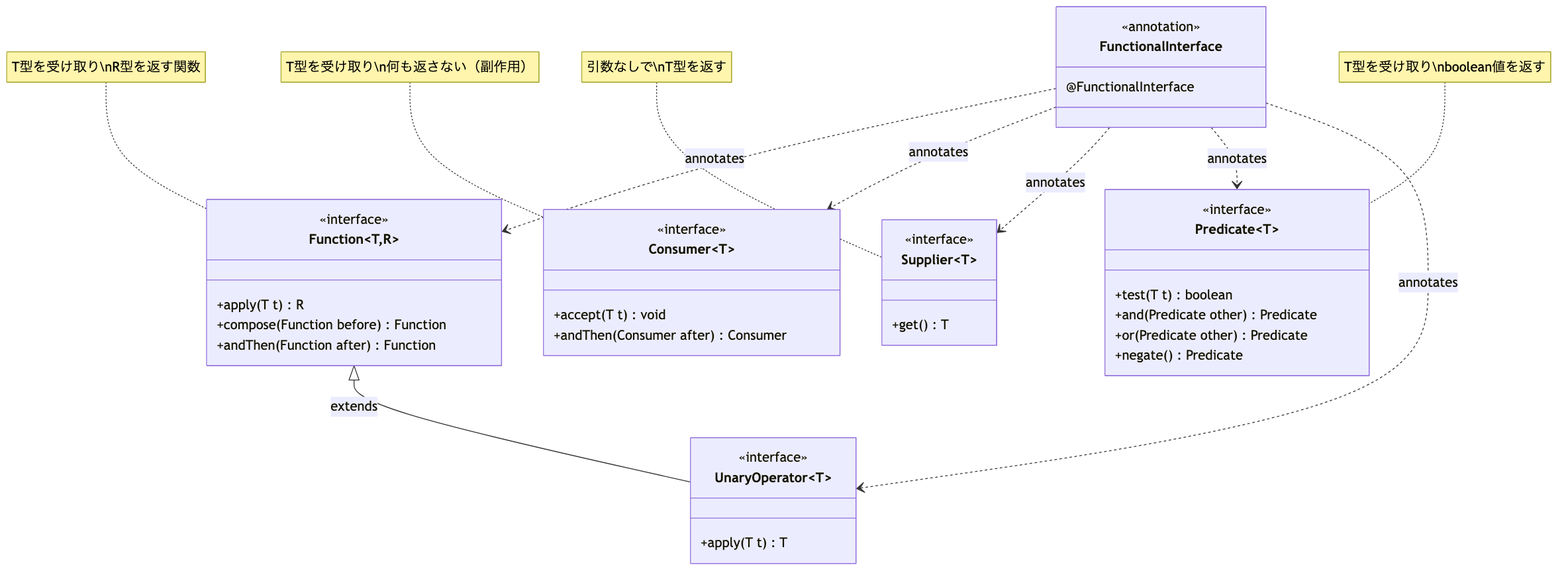
Nagatani/techbook-java-primer keeps this Mermaid diagram as manuscripts/images/diagrams/chapter11-functional-interface-basic.png. Above is the earlier version. Its source is kept beside it as docs/diagrams/chapter11-functional-interface-basic.mmd.
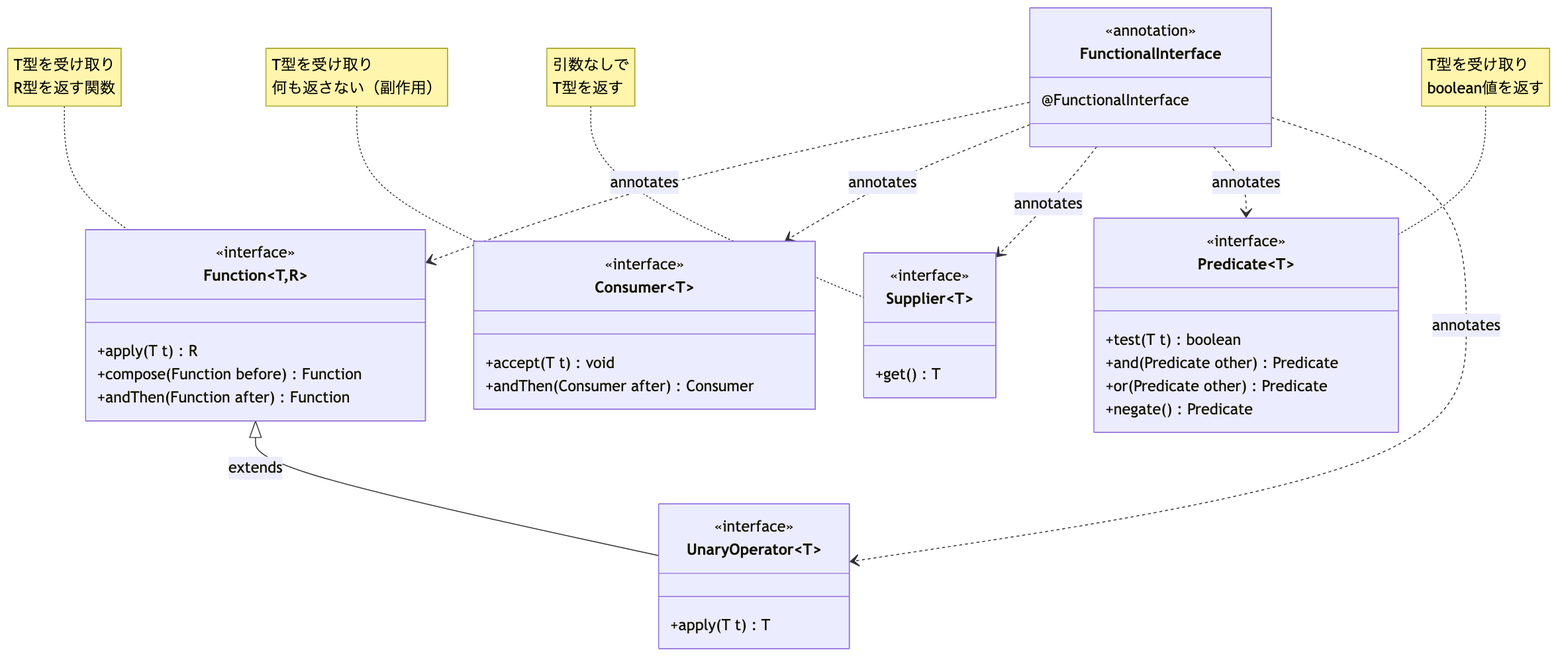
Later version of the same file.

Change to the diagram source:
```diff
@@ -43,7 +43,7 @@
     FunctionalInterface ..> Predicate : annotates
     FunctionalInterface ..> UnaryOperator : annotates
 
-    note for Function "T型を受け取り\nR型を返す関数"
-    note for Consumer "T型を受け取り\n何も返さない（副作用）"
-    note for Supplier "引数なしで\nT型を返す"
-    note for Predicate "T型を受け取り\nboolean値を返す"
+    note for Function "T型を受け取り<br/>R型を返す関数"
+    note for Consumer "T型を受け取り<br/>何も返さない（副作用）"
+    note for Supplier "引数なしで<br/>T型を返す"
+    note for Predicate "T型を受け取り<br/>boolean値を返す"
```
